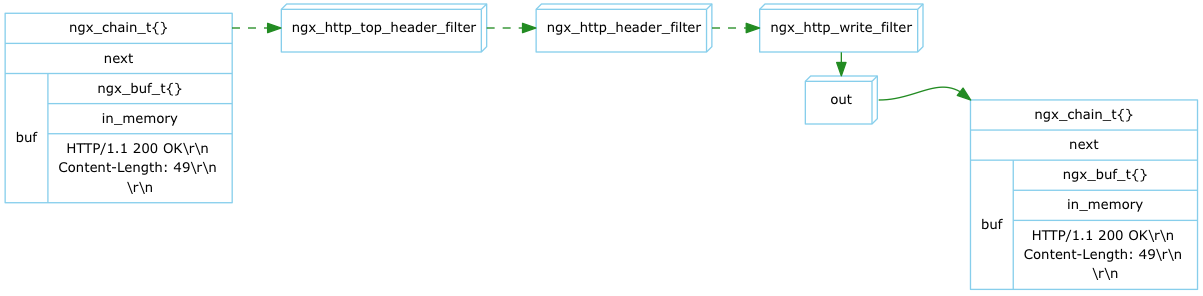
Before: doc/Graph/http_output/http_header_filter.png, a diagram exported from Graphviz (lingjf/nginx_analyse). Its source is kept beside it as doc/Graph/http_output/http_header_filter.gv. The source it was exported from:
```dot
digraph ngx_header_filter {

   rankdir=LR;
   node [shape=record, color=skyblue, fontname="Verdana", fontsize=10];
   edge [color=forestgreen, fontname="Verdana", fontsize=10];

   ngx_chain_t1 [label="<head>ngx_chain_t\{\}|<next>next|{buf|{ngx_buf_t\{\}|in_memory|HTTP/1.1 200 OK\\r\\n \nContent-Length: 49\\r\\n \n\\r\\n}}"];

   ngx_http_top_header_filter [shape=box3d];
   ngx_http_header_filter [shape=box3d];
   ngx_http_write_filter [shape=box3d];

   out [shape=box3d];
   ngx_chain_t2 [label="<head>ngx_chain_t\{\}|<next>next|{buf|{ngx_buf_t\{\}|in_memory|HTTP/1.1 200 OK\\r\\n \nContent-Length: 49\\r\\n \n\\r\\n}}"];

   ngx_chain_t1:head -> ngx_http_top_header_filter -> ngx_http_header_filter -> ngx_http_write_filter [weight=9, style="dashed"];

   ngx_http_write_filter -> out;
   out:e -> ngx_chain_t2:head:nw;


   {rank=same; ngx_http_write_filter;out;};
}
```
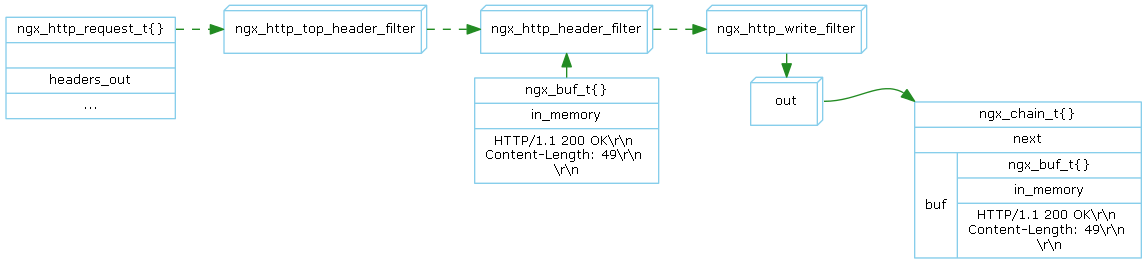
Later version of the same file.

What changed in the source:
```diff
@@ -4,20 +4,25 @@
    node [shape=record, color=skyblue, fontname="Verdana", fontsize=10];
    edge [color=forestgreen, fontname="Verdana", fontsize=10];
 
-   ngx_chain_t1 [label="<head>ngx_chain_t\{\}|<next>next|{buf|{ngx_buf_t\{\}|in_memory|HTTP/1.1 200 OK\\r\\n \nContent-Length: 49\\r\\n \n\\r\\n}}"];
+   ngx_http_request_t [label="<head>ngx_http_request_t\{\}||headers_out|..."];
 
    ngx_http_top_header_filter [shape=box3d];
    ngx_http_header_filter [shape=box3d];
    ngx_http_write_filter [shape=box3d];
 
+   ngx_buf_t [label="<head>ngx_buf_t\{\}|in_memory|HTTP/1.1 200 OK\\r\\n \nContent-Length: 49\\r\\n \n\\r\\n"];
+
    out [shape=box3d];
-   ngx_chain_t2 [label="<head>ngx_chain_t\{\}|<next>next|{buf|{ngx_buf_t\{\}|in_memory|HTTP/1.1 200 OK\\r\\n \nContent-Length: 49\\r\\n \n\\r\\n}}"];
-
-   ngx_chain_t1:head -> ngx_http_top_header_filter -> ngx_http_header_filter -> ngx_http_write_filter [weight=9, style="dashed"];
-
-   ngx_http_write_filter -> out;
-   out:e -> ngx_chain_t2:head:nw;
+   ngx_chain_t [label="<head>ngx_chain_t\{\}|<next>next|{buf|{ngx_buf_t\{\}|in_memory|HTTP/1.1 200 OK\\r\\n \nContent-Length: 49\\r\\n \n\\r\\n}}"];
 
 
+   ngx_http_request_t:head -> ngx_http_top_header_filter -> ngx_http_header_filter -> ngx_http_write_filter [weight=9, style="dashed"];
+
+   ngx_http_header_filter -> ngx_buf_t [dir=back];
+   ngx_http_write_filter -> out;
+   out:e -> ngx_chain_t:head:nw;
+
+
+   {rank=same; ngx_http_header_filter;ngx_buf_t;};
    {rank=same; ngx_http_write_filter;out;};
 }
```
